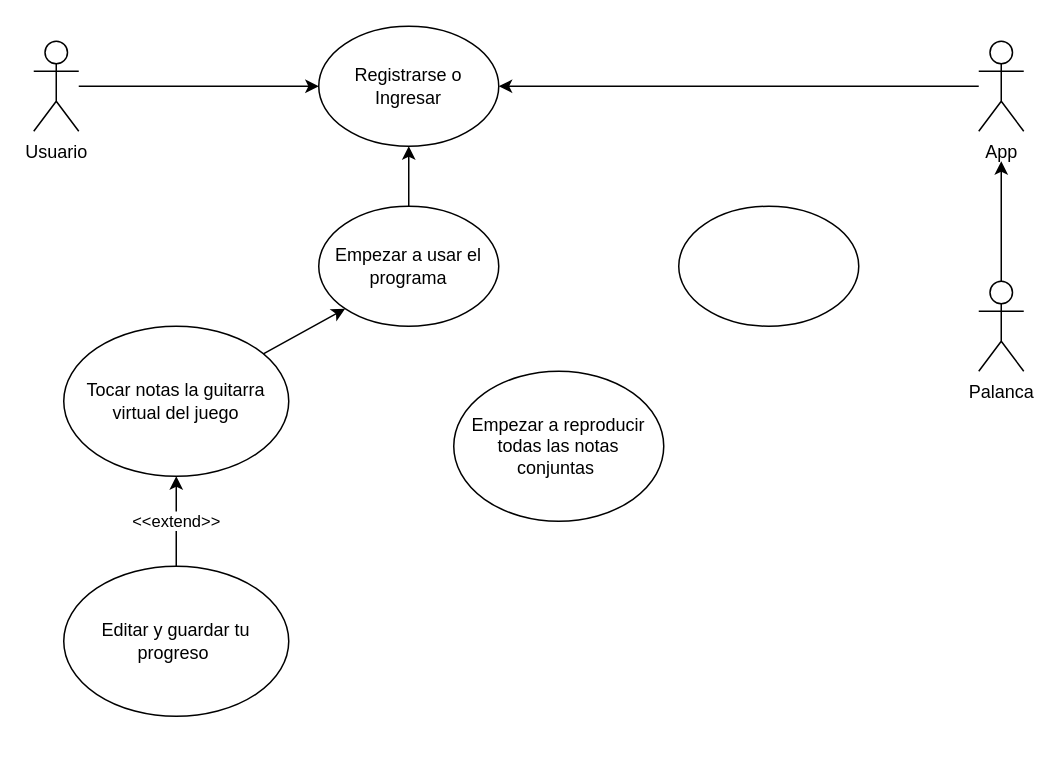
This is desing/UseCase.drawio from venuzBG/ProyectoProgrmacion, a draw.io file, before an edit. Source tidied: cells renumbered, new cells numbered last; positions are measured from the earlier drawing's top-left corner, leaving out a move shared by most shapes. Both pictures are drawn from the tidied source at 150%, with x=0, y=0 at pixel (33, 26).
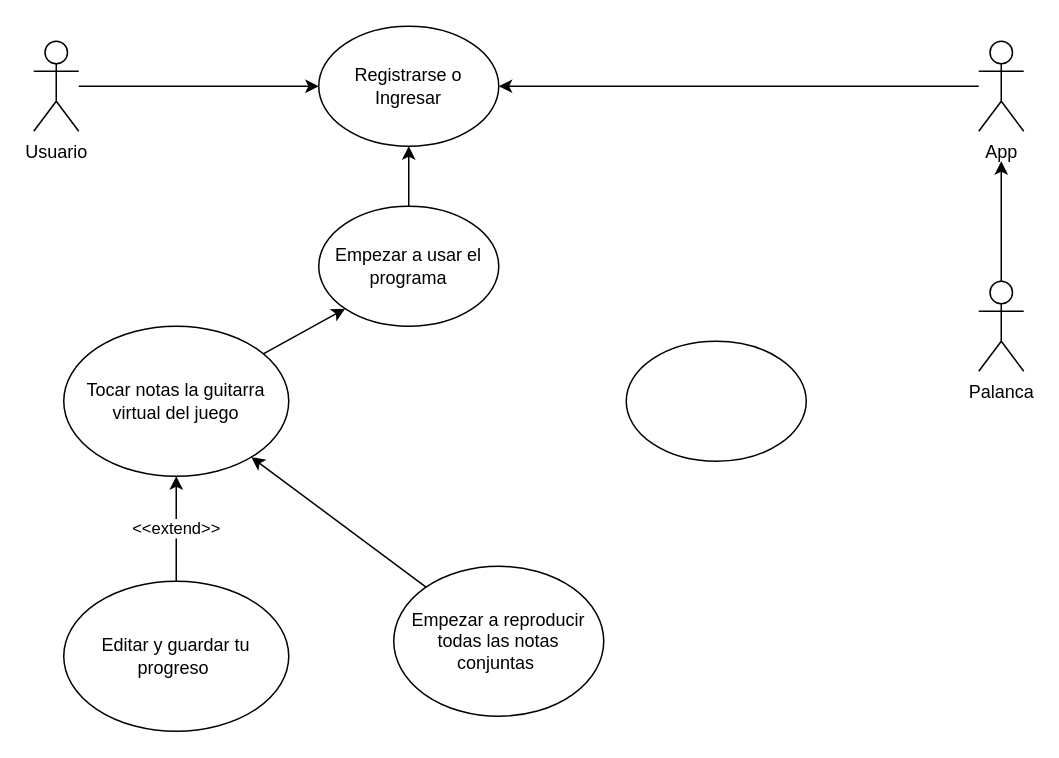
After the change.

Change to the diagram source:
```diff
@@
 <mxGraphModel>
   <root>
     <mxCell id="0" />
     <mxCell id="1" parent="0" />
     <mxCell id="2" style="edgeStyle=none;html=1;entryX=0;entryY=0.5;entryDx=0;entryDy=0;" parent="1" edge="1" target="8">
       <mxGeometry relative="1" as="geometry">
         <mxPoint x="30" y="40" as="sourcePoint" />
       </mxGeometry>
     </mxCell>
     <mxCell id="3" value="Usuario" style="shape=umlActor;verticalLabelPosition=bottom;verticalAlign=top;html=1;" parent="1" vertex="1">
       <mxGeometry y="10" width="30" height="60" as="geometry" />
     </mxCell>
     <mxCell id="4" style="edgeStyle=none;html=1;entryX=1;entryY=0.5;entryDx=0;entryDy=0;" parent="1" edge="1" source="5" target="8">
       <mxGeometry relative="1" as="geometry" />
     </mxCell>
     <mxCell id="5" value="App" style="shape=umlActor;verticalLabelPosition=bottom;verticalAlign=top;html=1;" parent="1" vertex="1">
       <mxGeometry x="630" y="10" width="30" height="60" as="geometry" />
     </mxCell>
     <mxCell id="6" style="edgeStyle=none;html=1;" parent="1" edge="1" source="7">
       <mxGeometry relative="1" as="geometry">
         <mxPoint x="645" y="90" as="targetPoint" />
       </mxGeometry>
     </mxCell>
     <mxCell id="7" value="Palanca" style="shape=umlActor;verticalLabelPosition=bottom;verticalAlign=top;html=1;" parent="1" vertex="1">
       <mxGeometry x="630" y="170" width="30" height="60" as="geometry" />
     </mxCell>
     <mxCell id="8" value="Registrarse o Ingresar" style="ellipse;whiteSpace=wrap;html=1;" parent="1" vertex="1">
       <mxGeometry x="190" width="120" height="80" as="geometry" />
     </mxCell>
     <mxCell id="9" style="edgeStyle=none;html=1;entryX=0.5;entryY=1;entryDx=0;entryDy=0;" parent="1" edge="1" source="10" target="8">
       <mxGeometry relative="1" as="geometry" />
     </mxCell>
     <mxCell id="10" value="Empezar a usar el programa" style="ellipse;whiteSpace=wrap;html=1;" parent="1" vertex="1">
       <mxGeometry x="190" y="120" width="120" height="80" as="geometry" />
     </mxCell>
     <mxCell id="11" style="edgeStyle=none;html=1;entryX=0;entryY=1;entryDx=0;entryDy=0;" parent="1" edge="1" source="12" target="10">
       <mxGeometry relative="1" as="geometry" />
     </mxCell>
     <mxCell id="12" value="Tocar notas la guitarra virtual del juego" style="ellipse;whiteSpace=wrap;html=1;" parent="1" vertex="1">
       <mxGeometry x="20" y="200" width="150" height="100" as="geometry" />
     </mxCell>
     <mxCell id="13" value="&amp;lt;&amp;lt;extend&amp;gt;&amp;gt;" style="edgeStyle=none;html=1;entryX=0.5;entryY=1;entryDx=0;entryDy=0;" parent="1" edge="1" source="14" target="12">
       <mxGeometry relative="1" as="geometry" />
     </mxCell>
     <mxCell id="14" value="Editar y guardar tu progreso&amp;nbsp;" style="ellipse;whiteSpace=wrap;html=1;" parent="1" vertex="1">
-      <mxGeometry x="20" y="360" width="150" height="100" as="geometry" />
+      <mxGeometry x="20" y="370" width="150" height="100" as="geometry" />
     </mxCell>
+    <mxCell id="17" style="edgeStyle=none;html=1;" parent="1" edge="1" source="15" target="12">
+      <mxGeometry relative="1" as="geometry" />
+    </mxCell>
     <mxCell id="15" value="Empezar a reproducir todas las notas conjuntas&amp;nbsp;" style="ellipse;whiteSpace=wrap;html=1;" parent="1" vertex="1">
-      <mxGeometry x="280" y="230" width="140" height="100" as="geometry" />
+      <mxGeometry x="240" y="360" width="140" height="100" as="geometry" />
     </mxCell>
     <mxCell id="16" style="ellipse;whiteSpace=wrap;html=1;" parent="1" vertex="1">
-      <mxGeometry x="430" y="120" width="120" height="80" as="geometry" />
+      <mxGeometry x="395" y="210" width="120" height="80" as="geometry" />
     </mxCell>
   </root>
 </mxGraphModel>
```
